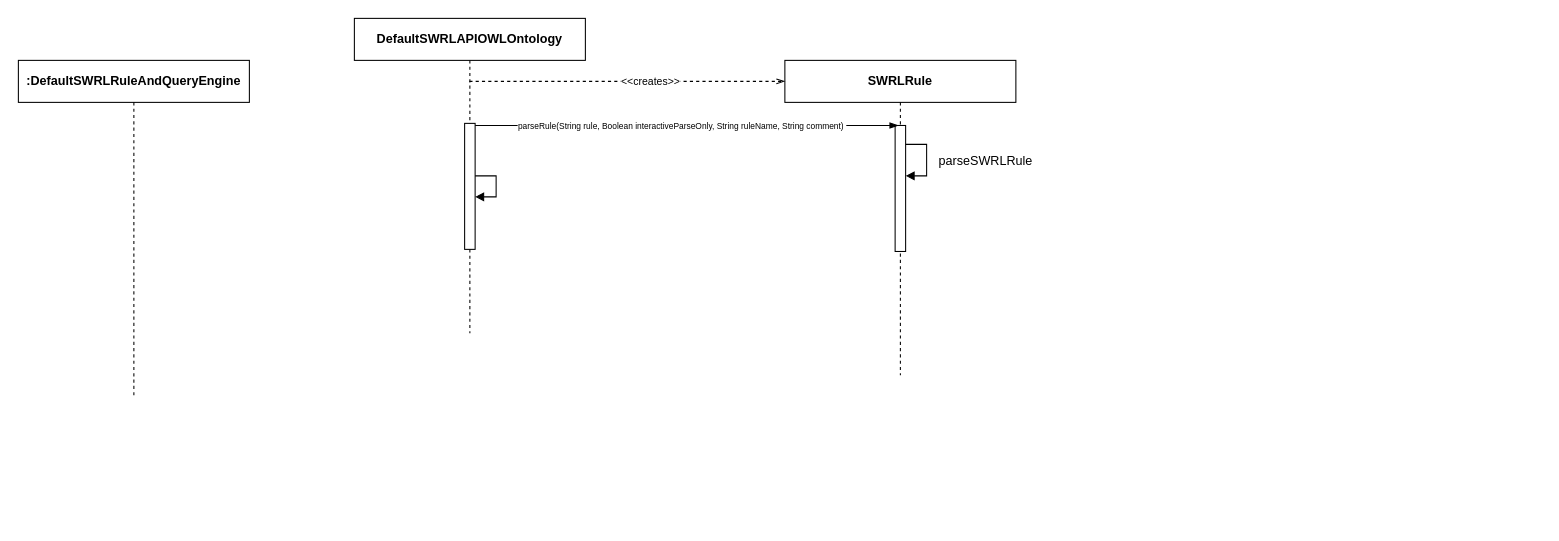
Earlier version of the draw.io diagram doc/sequance.drawio (SebastienGuillemin/w-swrl). Source tidied: cells renumbered, new cells numbered last; positions are measured from the earlier drawing's top-left corner, leaving out a move shared by most shapes. Both pictures are drawn from the tidied source at 105%, with x=0, y=0 at pixel (18, 18).
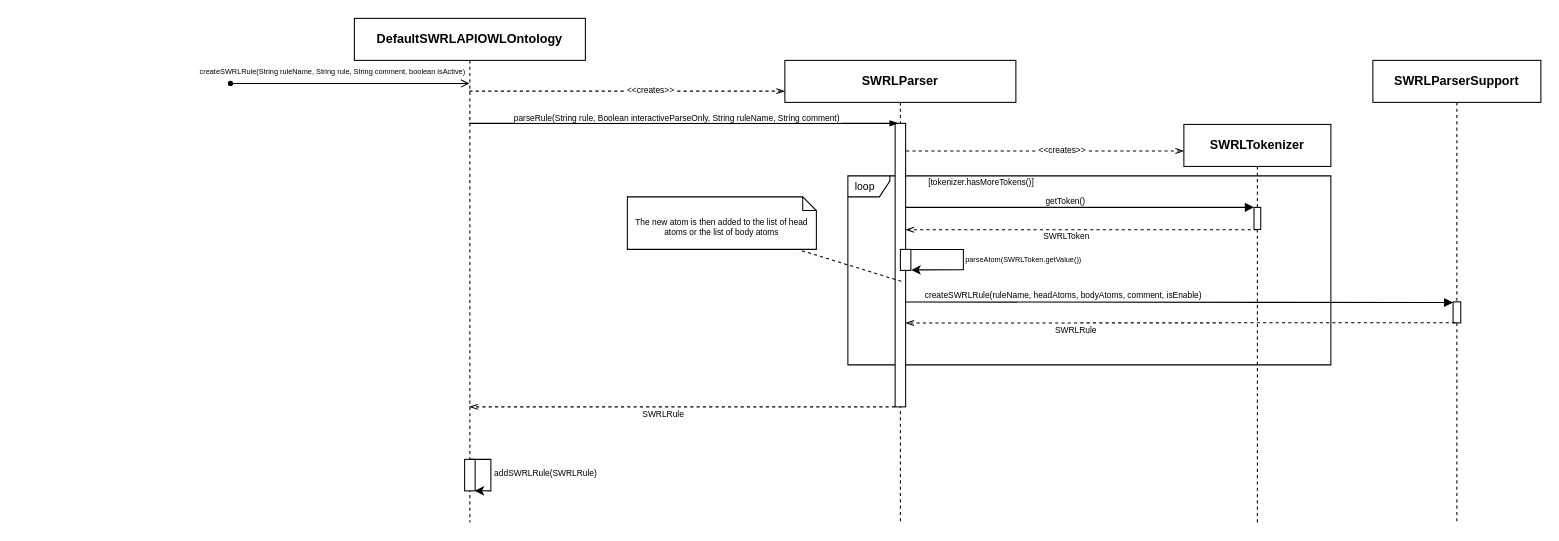
The same diagram, later.

Commit message:
Update sequence diagram

The edit, as a diff of the source:
```diff
@@
-    <mxCell id="2" value="&lt;b style=&quot;&quot;&gt;&lt;font style=&quot;font-size: 12px;&quot;&gt;:&lt;/font&gt;&lt;/b&gt;&lt;b&gt;DefaultSWRLRuleAndQueryEngine&lt;/b&gt;" style="shape=umlLifeline;perimeter=lifelinePerimeter;whiteSpace=wrap;html=1;" parent="1" vertex="1">
-      <mxGeometry y="40" width="220" height="320" as="geometry" />
-    </mxCell>
+    <mxCell id="15" value="loop" style="shape=umlFrame;whiteSpace=wrap;html=1;width=40;height=20;boundedLbl=1;verticalAlign=middle;align=left;spacingLeft=5;fontSize=10;" parent="1" vertex="1">
+      <mxGeometry x="790" y="150" width="460" height="180" as="geometry" />
+    </mxCell>
+    <mxCell id="16" style="group;" parent="1" vertex="1">
+      <mxGeometry x="1110" y="101" width="140" height="379" as="geometry" />
+    </mxCell>
+    <mxCell id="17" value="&lt;span style=&quot;border-color: var(--border-color);&quot;&gt;&lt;b&gt;SWRLTokenizer&lt;/b&gt;&lt;/span&gt;" style="shape=umlLifeline;perimeter=lifelinePerimeter;whiteSpace=wrap;html=1;fontSize=12;" parent="16" vertex="1">
+      <mxGeometry width="140" height="379" as="geometry" />
+    </mxCell>
+    <mxCell id="18" style="endArrow=openThin;html=1;rounded=0;align=center;verticalAlign=top;endFill=0;labelBackgroundColor=none;endSize=6;fontSize=12;dashed=1;" parent="16" edge="1" source="7">
+      <mxGeometry relative="1" as="geometry">
+        <mxPoint y="25.3" as="targetPoint" />
+      </mxGeometry>
+    </mxCell>
+    <mxCell id="19" value="&lt;font style=&quot;font-size: 8px;&quot;&gt;&amp;lt;&amp;lt;creates&amp;gt;&amp;gt;&lt;/font&gt;" style="edgeLabel;html=1;align=center;verticalAlign=middle;fontSize=8;" parent="18" vertex="1">
+      <mxGeometry x="0.24" y="1" relative="1" as="geometry">
+        <mxPoint x="-14" as="offset" />
+      </mxGeometry>
+    </mxCell>
+    <mxCell id="20" style="html=1;points=[];perimeter=orthogonalPerimeter;fontSize=12;" parent="16" vertex="1">
+      <mxGeometry x="66.8" y="79" width="6.4" height="21" as="geometry" />
+    </mxCell>
+    <mxCell id="21" style="group;" parent="1" vertex="1">
+      <mxGeometry x="1290" y="40" width="160" height="440" as="geometry" />
+    </mxCell>
+    <mxCell id="22" value="&lt;span style=&quot;border-color: var(--border-color);&quot;&gt;&lt;b&gt;SWRLParserSupport&lt;/b&gt;&lt;/span&gt;" style="shape=umlLifeline;perimeter=lifelinePerimeter;whiteSpace=wrap;html=1;fontSize=12;" parent="21" vertex="1">
+      <mxGeometry width="160" height="440" as="geometry" />
+    </mxCell>
+    <mxCell id="23" style="html=1;points=[];perimeter=orthogonalPerimeter;fontSize=8;" parent="21" vertex="1">
+      <mxGeometry x="76.4" y="230" width="7.3" height="20" as="geometry" />
+    </mxCell>
     <mxCell id="3" value="&lt;span style=&quot;border-color: var(--border-color);&quot;&gt;&lt;b&gt;DefaultSWRLAPIOWLOntology&lt;/b&gt;&lt;/span&gt;" style="shape=umlLifeline;perimeter=lifelinePerimeter;whiteSpace=wrap;html=1;outlineConnect=0;fontSize=12;" parent="1" vertex="1">
-      <mxGeometry x="320" width="220" height="300" as="geometry" />
+      <mxGeometry x="320" width="220" height="480" as="geometry" />
     </mxCell>
-    <mxCell id="4" style="html=1;points=[];perimeter=orthogonalPerimeter;fontSize=12;" parent="3" vertex="1">
-      <mxGeometry x="105" y="100" width="10" height="120" as="geometry" />
-    </mxCell>
-    <mxCell id="5" style="html=1;verticalAlign=bottom;labelBackgroundColor=none;endArrow=block;endFill=1;rounded=0;fontSize=12;" parent="3" edge="1" source="4" target="4">
-      <mxGeometry relative="1" as="geometry" />
-    </mxCell>
+    <mxCell id="24" style="html=1;points=[];perimeter=orthogonalPerimeter;fontSize=8;" parent="3" vertex="1">
+      <mxGeometry x="105" y="420" width="10" height="30" as="geometry" />
+    </mxCell>
+    <mxCell id="25" style="edgeStyle=none;html=1;entryX=0.961;entryY=0.994;entryDx=0;entryDy=0;entryPerimeter=0;fontSize=8;rounded=0;" parent="3" edge="1" target="24">
+      <mxGeometry relative="1" as="geometry">
+        <mxPoint x="110.1" y="420" as="sourcePoint" />
+        <Array as="points">
+          <mxPoint x="130" y="420" />
+          <mxPoint x="130" y="449" />
+          <mxPoint x="130" y="450" />
+        </Array>
+      </mxGeometry>
+    </mxCell>
+    <mxCell id="26" value="addSWRLRule(SWRLRule)" style="edgeLabel;html=1;align=center;verticalAlign=middle;fontSize=8;" parent="25" vertex="1">
+      <mxGeometry x="-0.33" relative="1" as="geometry">
+        <mxPoint x="51" y="10" as="offset" />
+      </mxGeometry>
+    </mxCell>
     <mxCell id="6" style="group;" parent="1" vertex="1">
-      <mxGeometry x="730" y="40" width="220" height="300" as="geometry" />
+      <mxGeometry x="730" y="40" width="220" height="440" as="geometry" />
     </mxCell>
-    <mxCell id="7" value="&lt;span style=&quot;border-color: var(--border-color);&quot;&gt;&lt;b&gt;SWRLRule&lt;/b&gt;&lt;/span&gt;" style="shape=umlLifeline;perimeter=lifelinePerimeter;whiteSpace=wrap;html=1;outlineConnect=0;fontSize=12;" parent="6" vertex="1">
-      <mxGeometry width="220" height="300" as="geometry" />
+    <mxCell id="7" value="&lt;span style=&quot;border-color: var(--border-color);&quot;&gt;&lt;b&gt;SWRLParser&lt;/b&gt;&lt;/span&gt;" style="shape=umlLifeline;perimeter=lifelinePerimeter;whiteSpace=wrap;html=1;outlineConnect=0;fontSize=12;" parent="6" vertex="1">
+      <mxGeometry width="220" height="440" as="geometry" />
     </mxCell>
     <mxCell id="8" style="html=1;points=[];perimeter=orthogonalPerimeter;fontSize=12;" parent="7" vertex="1">
-      <mxGeometry x="105" y="62" width="10" height="120" as="geometry" />
+      <mxGeometry x="105" y="60" width="10" height="270" as="geometry" />
     </mxCell>
-    <mxCell id="9" style="html=1;verticalAlign=bottom;labelBackgroundColor=none;endArrow=block;endFill=1;fontSize=8;rounded=0;" parent="7" edge="1" source="8" target="8">
-      <mxGeometry relative="1" as="geometry">
-        <Array as="points">
-          <mxPoint x="135" y="80" />
-          <mxPoint x="135" y="110" />
-        </Array>
-      </mxGeometry>
-    </mxCell>
-    <mxCell id="10" value="&lt;font style=&quot;font-size: 12px;&quot;&gt;parseSWRLRule&lt;/font&gt;" style="edgeLabel;html=1;align=center;verticalAlign=middle;fontSize=8;" parent="9" vertex="1">
-      <mxGeometry x="-0.18" relative="1" as="geometry">
-        <mxPoint x="55" y="6" as="offset" />
-      </mxGeometry>
-    </mxCell>
     <mxCell id="11" style="endArrow=openThin;html=1;rounded=0;align=center;verticalAlign=top;endFill=0;labelBackgroundColor=none;endSize=6;fontSize=12;dashed=1;" parent="6" edge="1" source="3">
       <mxGeometry relative="1" as="geometry">
-        <mxPoint y="20" as="targetPoint" />
+        <mxPoint y="29.3" as="targetPoint" />
       </mxGeometry>
     </mxCell>
-    <mxCell id="12" value="&lt;font style=&quot;font-size: 10px;&quot;&gt;&amp;lt;&amp;lt;creates&amp;gt;&amp;gt;&lt;/font&gt;" style="edgeLabel;html=1;align=center;verticalAlign=middle;fontSize=12;" parent="11" vertex="1">
+    <mxCell id="12" value="&lt;font style=&quot;font-size: 8px;&quot;&gt;&amp;lt;&amp;lt;creates&amp;gt;&amp;gt;&lt;/font&gt;" style="edgeLabel;html=1;align=center;verticalAlign=middle;fontSize=8;" parent="11" vertex="1">
       <mxGeometry x="0.24" y="1" relative="1" as="geometry">
         <mxPoint x="-14" as="offset" />
       </mxGeometry>
     </mxCell>
+    <mxCell id="27" style="html=1;points=[];perimeter=orthogonalPerimeter;fontSize=7;" parent="6" vertex="1">
+      <mxGeometry x="110" y="180" width="10" height="20" as="geometry" />
+    </mxCell>
+    <mxCell id="28" style="edgeStyle=orthogonalEdgeStyle;rounded=0;html=1;fontSize=7;exitX=0.991;exitY=0.009;exitDx=0;exitDy=0;exitPerimeter=0;entryX=1.043;entryY=0.977;entryDx=0;entryDy=0;entryPerimeter=0;" parent="6" edge="1" source="27" target="27">
+      <mxGeometry relative="1" as="geometry">
+        <Array as="points">
+          <mxPoint x="170" y="180" />
+          <mxPoint x="170" y="200" />
+          <mxPoint x="120" y="200" />
+        </Array>
+      </mxGeometry>
+    </mxCell>
+    <mxCell id="29" value="parseAtom(SWRLToken.getValue())" style="edgeLabel;html=1;align=center;verticalAlign=middle;fontSize=7;" parent="28" vertex="1">
+      <mxGeometry x="-0.35" y="1" relative="1" as="geometry">
+        <mxPoint x="68" y="11" as="offset" />
+      </mxGeometry>
+    </mxCell>
-    <mxCell id="13" style="edgeStyle=none;html=1;fontSize=10;endArrow=blockThin;endFill=1;entryX=0.319;entryY=0;entryDx=0;entryDy=0;entryPerimeter=0;" parent="1" edge="1" source="4" target="8">
+    <mxCell id="13" style="edgeStyle=none;html=1;fontSize=10;endArrow=blockThin;endFill=1;entryX=0.319;entryY=0;entryDx=0;entryDy=0;entryPerimeter=0;" parent="1" edge="1" source="3" target="8">
       <mxGeometry relative="1" as="geometry" />
     </mxCell>
-    <mxCell id="14" value="&lt;font style=&quot;font-size: 8px;&quot;&gt;parseRule(String rule, Boolean interactiveParseOnly, String ruleName, String comment)&amp;nbsp;&lt;/font&gt;" style="edgeLabel;html=1;align=center;verticalAlign=middle;fontSize=10;" parent="13" vertex="1">
+    <mxCell id="14" value="&lt;font style=&quot;font-size: 8px;&quot;&gt;parseRule(String rule, Boolean interactiveParseOnly, String ruleName, String comment)&amp;nbsp;&lt;/font&gt;" style="edgeLabel;html=1;align=center;verticalAlign=middle;fontSize=8;" parent="13" vertex="1">
       <mxGeometry x="-0.25" y="2" relative="1" as="geometry">
-        <mxPoint x="45" y="1" as="offset" />
+        <mxPoint x="45" y="-4" as="offset" />
       </mxGeometry>
     </mxCell>
+    <mxCell id="30" style="html=1;verticalAlign=bottom;labelBackgroundColor=none;endArrow=block;endFill=1;entryX=-0.024;entryY=0;entryDx=0;entryDy=0;entryPerimeter=0;" parent="1" edge="1" source="8" target="20">
+      <mxGeometry relative="1" as="geometry" />
+    </mxCell>
+    <mxCell id="31" value="&lt;font style=&quot;font-size: 8px;&quot;&gt;getToken()&lt;/font&gt;" style="edgeLabel;html=1;align=center;verticalAlign=middle;fontSize=8;" parent="30" vertex="1">
+      <mxGeometry x="-0.09" y="2" relative="1" as="geometry">
+        <mxPoint y="-5" as="offset" />
+      </mxGeometry>
+    </mxCell>
+    <mxCell id="32" style="edgeStyle=none;html=1;fontSize=10;dashed=1;exitX=0.467;exitY=1.013;exitDx=0;exitDy=0;exitPerimeter=0;endArrow=openThin;endFill=0;" parent="1" edge="1" source="20" target="8">
+      <mxGeometry relative="1" as="geometry" />
+    </mxCell>
+    <mxCell id="33" value="SWRLToken" style="edgeLabel;html=1;align=center;verticalAlign=middle;fontSize=8;" parent="32" vertex="1">
+      <mxGeometry x="0.09" y="1" relative="1" as="geometry">
+        <mxPoint y="5" as="offset" />
+      </mxGeometry>
+    </mxCell>
+    <mxCell id="34" value="&lt;font style=&quot;font-size: 8px;&quot;&gt;[tokenizer.hasMoreTokens()]&lt;/font&gt;" style="text;html=1;align=left;verticalAlign=middle;strokeColor=none;fillColor=none;fontSize=10;" parent="1" vertex="1">
+      <mxGeometry x="865" y="140" width="120" height="30" as="geometry" />
+    </mxCell>
+    <mxCell id="35" style="edgeStyle=none;html=1;fontSize=10;dashed=1;exitX=-0.011;exitY=1;exitDx=0;exitDy=0;exitPerimeter=0;endArrow=openThin;endFill=0;" parent="1" edge="1" source="8" target="3">
+      <mxGeometry relative="1" as="geometry" />
+    </mxCell>
+    <mxCell id="36" value="SWRLRule" style="edgeLabel;html=1;align=center;verticalAlign=middle;fontSize=8;" parent="35" vertex="1">
+      <mxGeometry x="0.09" y="1" relative="1" as="geometry">
+        <mxPoint y="5" as="offset" />
+      </mxGeometry>
+    </mxCell>
+    <mxCell id="37" style="ellipse;html=1;fillColor=strokeColor;fontSize=7;" parent="1" vertex="1">
+      <mxGeometry x="200" y="60" width="4" height="4" as="geometry" />
+    </mxCell>
+    <mxCell id="38" style="endArrow=open;html=1;rounded=0;align=center;verticalAlign=top;endFill=0;labelBackgroundColor=none;endSize=6;fontSize=7;" parent="1" edge="1" source="37" target="3">
+      <mxGeometry relative="1" as="geometry" />
+    </mxCell>
+    <mxCell id="39" value="createSWRLRule(String ruleName, String rule, String comment, boolean isActive)" style="edgeLabel;html=1;align=center;verticalAlign=middle;fontSize=7;" parent="38" vertex="1">
+      <mxGeometry x="-0.17" y="1" relative="1" as="geometry">
+        <mxPoint y="-11" as="offset" />
+      </mxGeometry>
+    </mxCell>
+    <mxCell id="40" style="rounded=0;html=1;exitX=0;exitY=0;exitDx=0;exitDy=0;exitPerimeter=0;fontSize=8;fontStyle=0;dashed=1;endArrow=none;endFill=0;entryX=0.515;entryY=0.48;entryDx=0;entryDy=0;entryPerimeter=0;" parent="1" edge="1" source="41" target="7">
+      <mxGeometry relative="1" as="geometry" />
+    </mxCell>
+    <mxCell id="41" value="The new atom is then added to the list of head atoms or the list of body atoms" style="shape=note2;boundedLbl=1;whiteSpace=wrap;html=1;size=13;verticalAlign=top;align=center;fontSize=8;" parent="1" vertex="1">
+      <mxGeometry x="580" y="170" width="180" height="50" as="geometry" />
+    </mxCell>
+    <mxCell id="42" style="edgeStyle=none;rounded=0;html=1;fontSize=8;startArrow=none;startFill=0;endArrow=openThin;endFill=0;exitX=0.271;exitY=0.995;exitDx=0;exitDy=0;exitPerimeter=0;dashed=1;entryX=0.996;entryY=0.704;entryDx=0;entryDy=0;entryPerimeter=0;" parent="1" edge="1" source="23" target="8">
+      <mxGeometry relative="1" as="geometry" />
+    </mxCell>
+    <mxCell id="43" value="SWRLRule" style="edgeLabel;html=1;align=center;verticalAlign=middle;fontSize=8;" parent="42" vertex="1">
+      <mxGeometry x="0.38" y="-1" relative="1" as="geometry">
+        <mxPoint x="-1" y="7" as="offset" />
+      </mxGeometry>
+    </mxCell>
+    <mxCell id="44" style="html=1;verticalAlign=bottom;labelBackgroundColor=none;endArrow=block;endFill=1;rounded=0;fontSize=8;entryX=-0.01;entryY=0.033;entryDx=0;entryDy=0;entryPerimeter=0;exitX=0.955;exitY=0.63;exitDx=0;exitDy=0;exitPerimeter=0;" parent="1" edge="1" source="8" target="23">
+      <mxGeometry relative="1" as="geometry" />
+    </mxCell>
+    <mxCell id="45" value="createSWRLRule(ruleName, headAtoms, bodyAtoms, comment, isEnable)" style="edgeLabel;html=1;align=center;verticalAlign=middle;fontSize=8;" parent="44" vertex="1">
+      <mxGeometry x="-0.8" relative="1" as="geometry">
+        <mxPoint x="98" y="-7" as="offset" />
+      </mxGeometry>
+    </mxCell>
```
